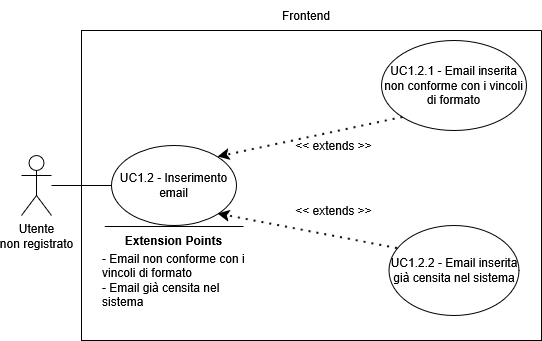
This is assets/diagrams/UC1_2.png from SkarabGroup/DocumentazioneProgetto, a draw.io export, as it was before one commit. Source tidied: cells renumbered, new cells last; positions are measured from the earlier drawing's top-left corner, leaving out a move shared by most shapes.
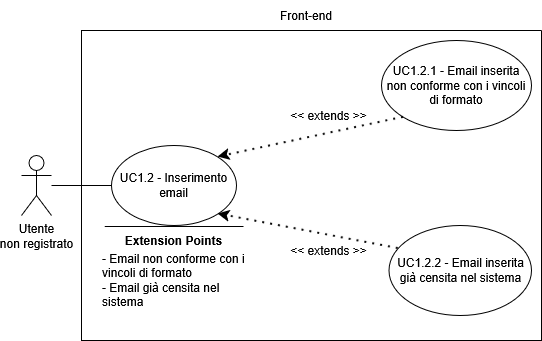
After the change.

The edit, as a diff of the source:
```diff
@@ -12,22 +12,22 @@
       <mxGeometry x="30" y="115" width="125" height="80" as="geometry" />
     </mxCell>
     <mxCell id="5" value="UC1.2.1 - Email inserita non conforme con i vincoli di formato" style="ellipse;whiteSpace=wrap;html=1;" parent="3" vertex="1">
-      <mxGeometry x="300" y="10" width="145" height="90" as="geometry" />
+      <mxGeometry x="300" y="10" width="150" height="90" as="geometry" />
     </mxCell>
     <mxCell id="6" style="endArrow=classic;dashed=1;html=1;dashPattern=1 3;strokeWidth=2;rounded=0;entryX=1;entryY=0;entryDx=0;entryDy=0;exitX=0;exitY=1;exitDx=0;exitDy=0;strokeColor=default;curved=0;endFill=1;endSize=6;" parent="3" edge="1" source="5" target="4">
       <mxGeometry relative="1" as="geometry" />
     </mxCell>
     <mxCell id="7" value="&lt;div&gt;&amp;lt;&amp;lt; extends &amp;gt;&amp;gt;&lt;/div&gt;" style="text;html=1;whiteSpace=wrap;strokeColor=none;fillColor=none;align=center;verticalAlign=middle;rounded=0;" parent="3" vertex="1">
-      <mxGeometry x="205" y="100" width="95" height="30" as="geometry" />
+      <mxGeometry x="200" y="70" width="95" height="30" as="geometry" />
     </mxCell>
     <mxCell id="8" value="UC1.2.2 - Email inserita già censita nel sistema" style="ellipse;whiteSpace=wrap;html=1;" parent="3" vertex="1">
-      <mxGeometry x="307.5" y="195" width="130" height="90" as="geometry" />
+      <mxGeometry x="307.5" y="195" width="142.5" height="90" as="geometry" />
     </mxCell>
     <mxCell id="9" style="endArrow=classic;dashed=1;html=1;dashPattern=1 3;strokeWidth=2;rounded=0;entryX=1;entryY=1;entryDx=0;entryDy=0;exitX=0.065;exitY=0.256;exitDx=0;exitDy=0;strokeColor=default;curved=0;endFill=1;endSize=6;exitPerimeter=0;" parent="3" edge="1" source="8" target="4">
       <mxGeometry relative="1" as="geometry" />
     </mxCell>
     <mxCell id="10" value="&amp;lt;&amp;lt; extends &amp;gt;&amp;gt;" style="text;html=1;whiteSpace=wrap;strokeColor=none;fillColor=none;align=center;verticalAlign=middle;rounded=0;" parent="3" vertex="1">
-      <mxGeometry x="205" y="165" width="95" height="30" as="geometry" />
+      <mxGeometry x="200" y="205" width="95" height="30" as="geometry" />
     </mxCell>
     <mxCell id="11" style="endArrow=none;html=1;rounded=0;" parent="3" edge="1">
       <mxGeometry relative="1" as="geometry">
@@ -44,7 +44,7 @@
     <mxCell id="14" style="endArrow=none;html=1;rounded=0;entryX=0;entryY=0.5;entryDx=0;entryDy=0;" parent="1" edge="1" source="2" target="4">
       <mxGeometry relative="1" as="geometry" />
     </mxCell>
-    <mxCell id="15" value="Frontend" style="text;html=1;whiteSpace=wrap;strokeColor=none;fillColor=none;align=center;verticalAlign=middle;rounded=0;" parent="1" vertex="1">
+    <mxCell id="15" value="Front-end" style="text;html=1;whiteSpace=wrap;strokeColor=none;fillColor=none;align=center;verticalAlign=middle;rounded=0;" parent="1" vertex="1">
       <mxGeometry x="255" width="60" height="30" as="geometry" />
     </mxCell>
   </root>
```
